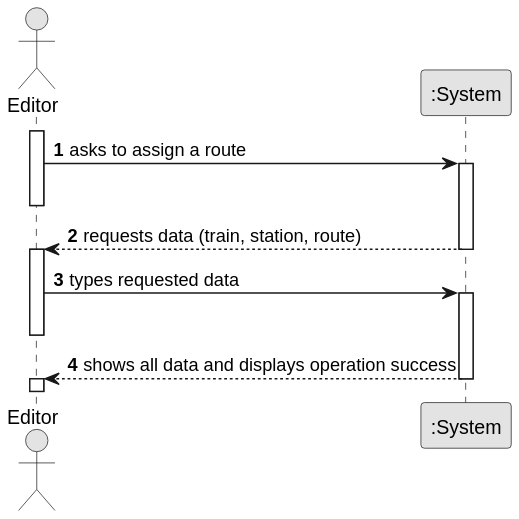
This is docs/sprint1/us010/01.requirements-engineering/svg/us010-system-sequence-diagram.svg from ivasduarte/all-aboard, a PlantUML export, as it was before one commit.
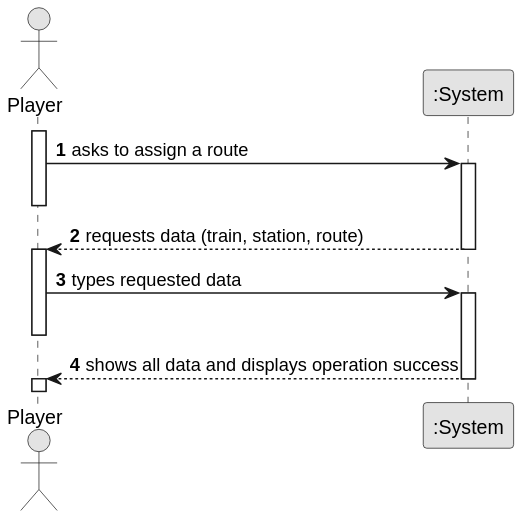
Later version of the same file.

Diff of the diagram source:
```diff
@@ -5,24 +5,24 @@
 
 autonumber
 
-actor "Editor" as Editor
+actor "Player" as Player
 participant ":System" as System
 
-activate Editor
+activate Player
 
-    Editor -> System : asks to assign a route
+    Player -> System : asks to assign a route
     activate System
-    deactivate Editor
+    deactivate Player
 
-    System --> Editor : requests data (train, station, route)
+    System --> Player : requests data (train, station, route)
     deactivate System
-    activate Editor
+    activate Player
 
-    Editor -> System : types requested data
+    Player -> System : types requested data
     activate System
-    deactivate Editor
+    deactivate Player
 
-    System --> Editor : shows all data and displays operation success
+    System --> Player : shows all data and displays operation success
     deactivate System
-    activate Editor
+    activate Player
 @enduml
```
